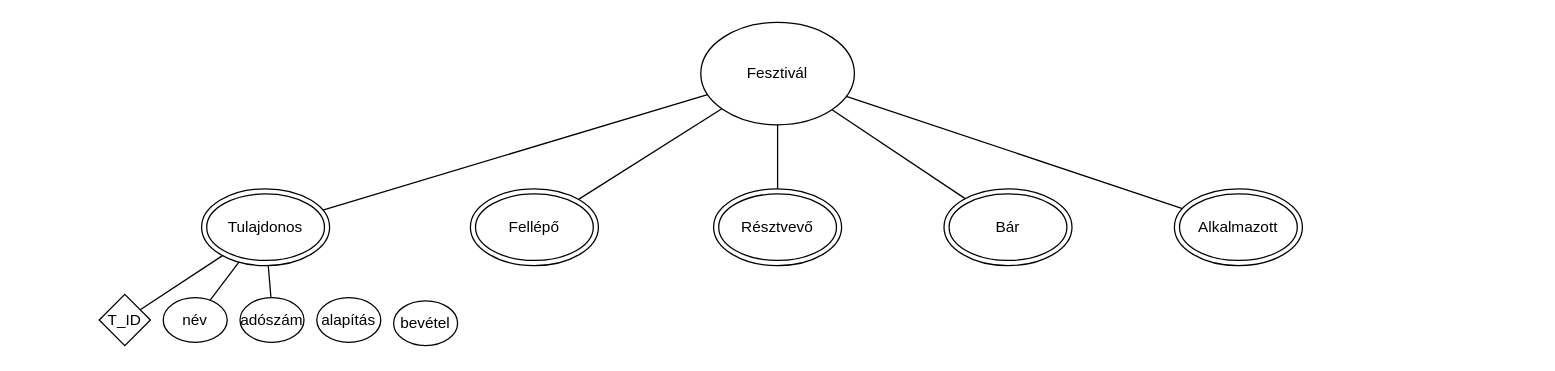
Above: GQOKMW_1018/Fesztival_GQOKMW.drawio in DnyKristof/GQOKMW_XMLgyak (draw.io), before the change. Source tidied: cells renumbered, new cells numbered last; positions are measured from the earlier drawing's top-left corner, leaving out a move shared by most shapes. Both pictures are drawn from the tidied source at 128%, with x=0, y=0 at pixel (99, 22).
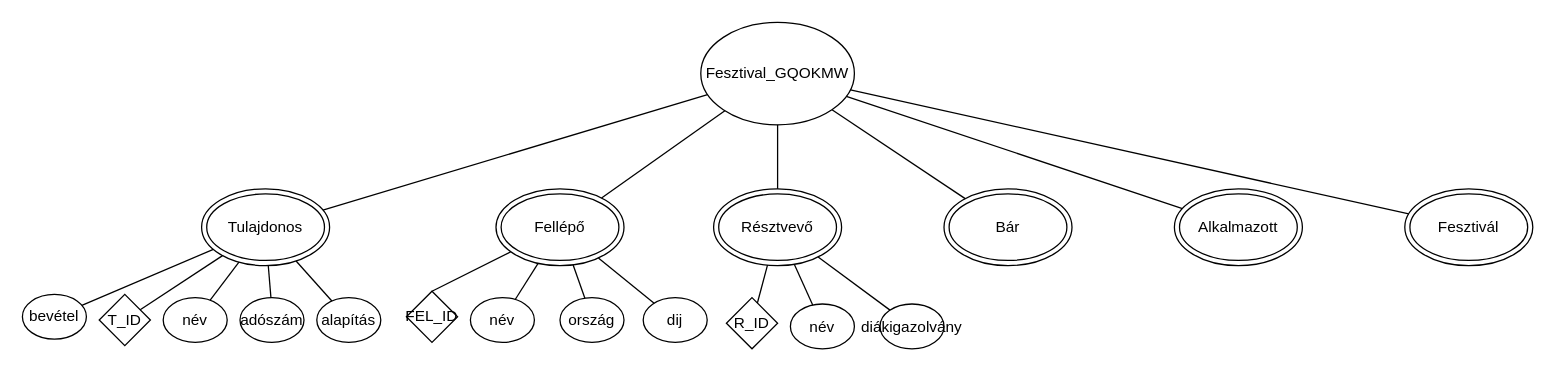
The same diagram, later.

Unchanged cells that the change refers to:
```xml
<mxCell id="3" value="Résztvevő" style="ellipse;shape=doubleEllipse;whiteSpace=wrap;html=1;" parent="1" vertex="1">
  <mxGeometry x="480" y="130" width="100" height="60" as="geometry" />
</mxCell>
<mxCell id="6" value="Tulajdonos" style="ellipse;shape=doubleEllipse;whiteSpace=wrap;html=1;" parent="1" vertex="1">
  <mxGeometry x="80" y="130" width="100" height="60" as="geometry" />
</mxCell>
<mxCell id="14" value="alapítás" style="ellipse;whiteSpace=wrap;html=1;" parent="1" vertex="1">
  <mxGeometry x="170" y="215" width="50" height="35" as="geometry" />
</mxCell>
```

Change to the diagram source:
```diff
@@
-    <mxCell id="2" value="Fesztivál" style="ellipse;whiteSpace=wrap;html=1;" parent="1" vertex="1">
+    <mxCell id="2" value="Fesztival_GQOKMW" style="ellipse;whiteSpace=wrap;html=1;" parent="1" vertex="1">
       <mxGeometry x="470" width="120" height="80" as="geometry" />
     </mxCell>
@@
     <mxCell id="4" value="Fellépő" style="ellipse;shape=doubleEllipse;whiteSpace=wrap;html=1;" parent="1" vertex="1">
-      <mxGeometry x="290" y="130" width="100" height="60" as="geometry" />
+      <mxGeometry x="310" y="130" width="100" height="60" as="geometry" />
     </mxCell>
@@
     <mxCell id="17" value="bevétel" style="ellipse;whiteSpace=wrap;html=1;" parent="1" vertex="1">
-      <mxGeometry x="230" y="217.5" width="50" height="35" as="geometry" />
+      <mxGeometry x="-60" y="212.5" width="50" height="35" as="geometry" />
     </mxCell>
@@
+    <mxCell id="21" style="endArrow=none;html=1;rounded=0;" parent="1" edge="1" source="14" target="6">
+      <mxGeometry relative="1" as="geometry" />
+    </mxCell>
+    <mxCell id="22" style="endArrow=none;html=1;rounded=0;" parent="1" edge="1" source="17" target="6">
+      <mxGeometry relative="1" as="geometry" />
+    </mxCell>
+    <mxCell id="23" value="FEL_ID" style="rhombus;whiteSpace=wrap;html=1;" parent="1" vertex="1">
+      <mxGeometry x="240" y="210" width="40" height="40" as="geometry" />
+    </mxCell>
+    <mxCell id="24" value="dij" style="ellipse;whiteSpace=wrap;html=1;" parent="1" vertex="1">
+      <mxGeometry x="425" y="215" width="50" height="35" as="geometry" />
+    </mxCell>
+    <mxCell id="25" value="ország" style="ellipse;whiteSpace=wrap;html=1;" parent="1" vertex="1">
+      <mxGeometry x="360" y="215" width="50" height="35" as="geometry" />
+    </mxCell>
+    <mxCell id="26" value="név" style="ellipse;whiteSpace=wrap;html=1;" parent="1" vertex="1">
+      <mxGeometry x="290" y="215" width="50" height="35" as="geometry" />
+    </mxCell>
+    <mxCell id="27" style="endArrow=none;html=1;rounded=0;exitX=0.5;exitY=0;exitDx=0;exitDy=0;" parent="1" edge="1" source="23" target="4">
+      <mxGeometry relative="1" as="geometry" />
+    </mxCell>
+    <mxCell id="28" style="endArrow=none;html=1;rounded=0;" parent="1" edge="1" source="4" target="26">
+      <mxGeometry relative="1" as="geometry" />
+    </mxCell>
+    <mxCell id="29" style="endArrow=none;html=1;rounded=0;" parent="1" edge="1" source="25" target="4">
+      <mxGeometry relative="1" as="geometry" />
+    </mxCell>
+    <mxCell id="30" style="endArrow=none;html=1;rounded=0;" parent="1" edge="1" source="24" target="4">
+      <mxGeometry relative="1" as="geometry" />
+    </mxCell>
+    <mxCell id="31" value="Fesztivál" style="ellipse;shape=doubleEllipse;whiteSpace=wrap;html=1;" parent="1" vertex="1">
+      <mxGeometry x="1020" y="130" width="100" height="60" as="geometry" />
+    </mxCell>
+    <mxCell id="32" style="endArrow=none;html=1;rounded=0;" parent="1" edge="1" source="31" target="2">
+      <mxGeometry relative="1" as="geometry" />
+    </mxCell>
+    <mxCell id="33" value="R_ID" style="rhombus;whiteSpace=wrap;html=1;" parent="1" vertex="1">
+      <mxGeometry x="490" y="215" width="40" height="40" as="geometry" />
+    </mxCell>
+    <mxCell id="34" value="diákigazolvány" style="ellipse;whiteSpace=wrap;html=1;" parent="1" vertex="1">
+      <mxGeometry x="610" y="220" width="50" height="35" as="geometry" />
+    </mxCell>
+    <mxCell id="35" value="név" style="ellipse;whiteSpace=wrap;html=1;" parent="1" vertex="1">
+      <mxGeometry x="540" y="220" width="50" height="35" as="geometry" />
+    </mxCell>
+    <mxCell id="36" style="endArrow=none;html=1;rounded=0;" parent="1" edge="1" source="33" target="3">
+      <mxGeometry relative="1" as="geometry" />
+    </mxCell>
+    <mxCell id="37" style="endArrow=none;html=1;rounded=0;" parent="1" edge="1" source="3" target="35">
+      <mxGeometry relative="1" as="geometry" />
+    </mxCell>
+    <mxCell id="38" style="endArrow=none;html=1;rounded=0;" parent="1" edge="1" source="34" target="3">
+      <mxGeometry relative="1" as="geometry" />
+    </mxCell>
```
